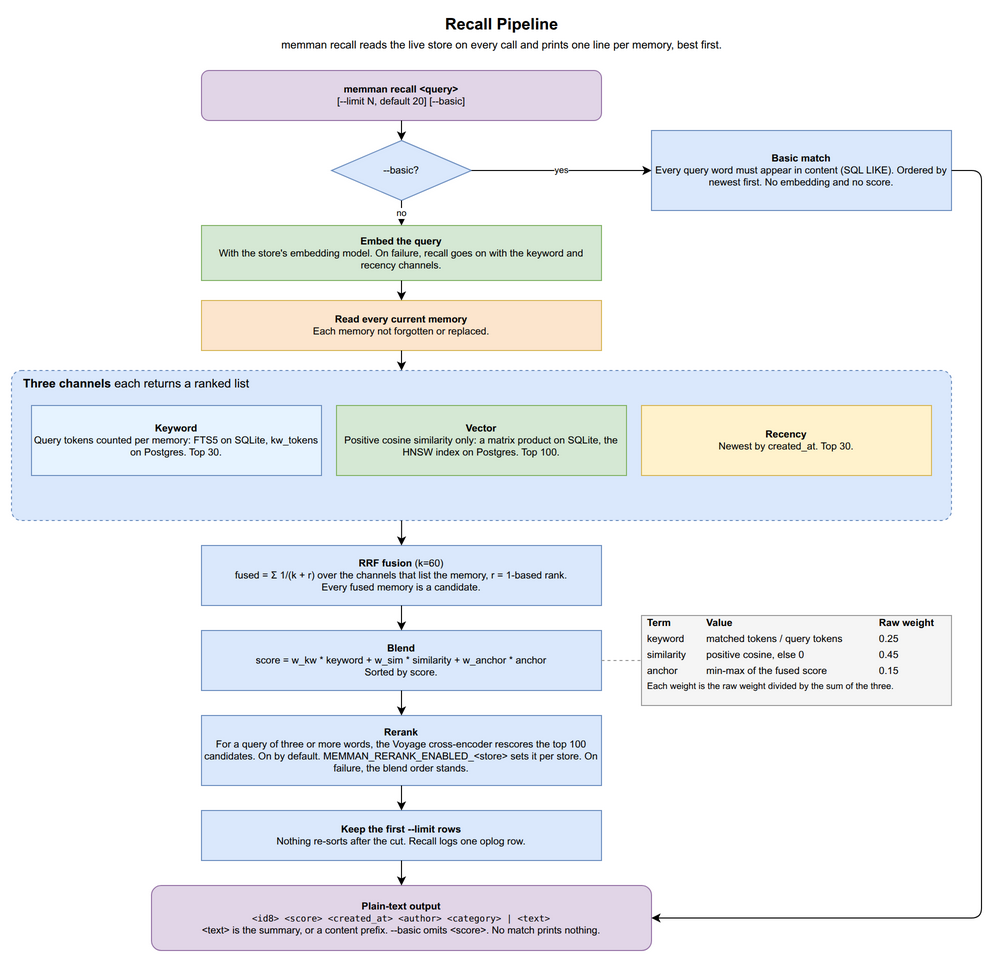
Earlier version of the draw.io export docs/diagrams/05-recall-pipeline.drawio.png (bissli/memman). Source tidied: cells renumbered, new cells last; positions are measured from the earlier drawing's top-left corner, leaving out a move shared by most shapes.
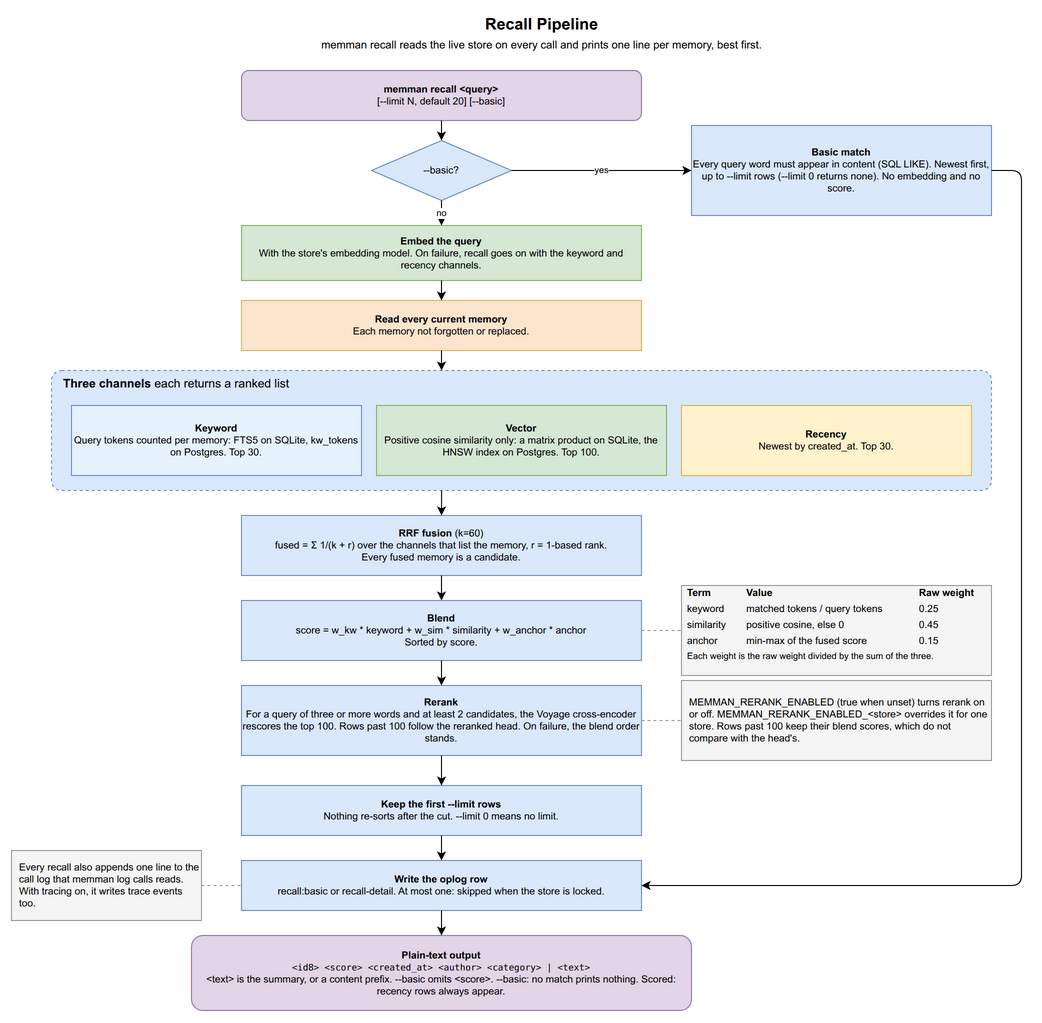
Above is the later version.

The edit, as a diff of the source:
```diff
@@ -11,8 +11,8 @@
     <mxCell id="4" value="--basic?" style="rhombus;whiteSpace=wrap;html=1;fillColor=#dae8fc;strokeColor=#6c8ebf;fontSize=10;" parent="1" vertex="1">
       <mxGeometry x="320" y="130" width="140" height="60" as="geometry" />
     </mxCell>
-    <mxCell id="5" value="&lt;b&gt;Basic match&lt;/b&gt;&lt;br&gt;Every query word must appear in content (SQL LIKE). Ordered by newest first. No embedding and no score." style="rounded=0;whiteSpace=wrap;html=1;fillColor=#dae8fc;strokeColor=#6c8ebf;fontSize=10;" parent="1" vertex="1">
-      <mxGeometry x="640" y="120" width="300" height="80" as="geometry" />
+    <mxCell id="5" value="&lt;b&gt;Basic match&lt;/b&gt;&lt;br&gt;Every query word must appear in content (SQL LIKE). Newest first, up to --limit rows (--limit 0 returns none). No embedding and no score." style="rounded=0;whiteSpace=wrap;html=1;fillColor=#dae8fc;strokeColor=#6c8ebf;fontSize=10;" parent="1" vertex="1">
+      <mxGeometry x="640" y="115" width="300" height="90" as="geometry" />
     </mxCell>
     <mxCell id="6" value="&lt;b&gt;Embed the query&lt;/b&gt;&lt;br&gt;With the store's embedding model. On failure, recall goes on with the keyword and recency channels." style="rounded=0;whiteSpace=wrap;html=1;fillColor=#d5e8d4;strokeColor=#82b366;fontSize=10;" parent="1" vertex="1">
       <mxGeometry x="190" y="215" width="400" height="55" as="geometry" />
@@ -21,7 +21,7 @@
       <mxGeometry x="190" y="290" width="400" height="50" as="geometry" />
     </mxCell>
     <mxCell id="8" value="&lt;b&gt;Three channels&lt;/b&gt;  each returns a ranked list" style="rounded=1;absoluteArcSize=1;arcSize=20;whiteSpace=wrap;html=1;fillColor=#dae8fc;strokeColor=#6c8ebf;verticalAlign=top;fontSize=12;align=left;spacingLeft=10;dashed=1;" parent="1" vertex="1">
-      <mxGeometry y="360" width="940" height="150" as="geometry" />
+      <mxGeometry y="360" width="940" height="120" as="geometry" />
     </mxCell>
     <mxCell id="9" value="&lt;b&gt;Keyword&lt;/b&gt;&lt;br&gt;Query tokens counted per memory: FTS5 on SQLite, kw_tokens on Postgres. Top 30." style="rounded=0;whiteSpace=wrap;html=1;fillColor=#E6F3FF;strokeColor=#6c8ebf;fontSize=10;" parent="1" vertex="1">
       <mxGeometry x="20" y="395" width="290" height="70" as="geometry" />
@@ -33,22 +33,31 @@
       <mxGeometry x="630" y="395" width="290" height="70" as="geometry" />
     </mxCell>
     <mxCell id="12" value="&lt;b&gt;RRF fusion&lt;/b&gt; (k=60)&lt;br&gt;fused = Σ 1/(k + r) over the channels that list the memory, r = 1-based rank.&lt;br&gt;Every fused memory is a candidate." style="rounded=0;whiteSpace=wrap;html=1;fillColor=#dae8fc;strokeColor=#6c8ebf;fontSize=10;" parent="1" vertex="1">
-      <mxGeometry x="190" y="535" width="400" height="60" as="geometry" />
+      <mxGeometry x="190" y="505" width="400" height="60" as="geometry" />
     </mxCell>
     <mxCell id="13" value="&lt;b&gt;Blend&lt;/b&gt;&lt;br&gt;score = w_kw * keyword + w_sim * similarity + w_anchor * anchor&lt;br&gt;Sorted by score." style="rounded=0;whiteSpace=wrap;html=1;fillColor=#dae8fc;strokeColor=#6c8ebf;fontSize=10;" parent="1" vertex="1">
-      <mxGeometry x="190" y="620" width="400" height="60" as="geometry" />
+      <mxGeometry x="190" y="590" width="400" height="60" as="geometry" />
     </mxCell>
     <mxCell id="14" value="&lt;table style=&quot;font-size:10px; border-collapse:collapse; width:100%&quot;&gt;&lt;tr style=&quot;font-weight:bold;&quot;&gt;&lt;td style=&quot;padding:2px 6px;&quot;&gt;Term&lt;/td&gt;&lt;td style=&quot;padding:2px 6px;&quot;&gt;Value&lt;/td&gt;&lt;td style=&quot;padding:2px 6px;&quot;&gt;Raw weight&lt;/td&gt;&lt;/tr&gt;&lt;tr&gt;&lt;td style=&quot;padding:2px 6px;&quot;&gt;keyword&lt;/td&gt;&lt;td style=&quot;padding:2px 6px;&quot;&gt;matched tokens / query tokens&lt;/td&gt;&lt;td style=&quot;padding:2px 6px;&quot;&gt;0.25&lt;/td&gt;&lt;/tr&gt;&lt;tr&gt;&lt;td style=&quot;padding:2px 6px;&quot;&gt;similarity&lt;/td&gt;&lt;td style=&quot;padding:2px 6px;&quot;&gt;positive cosine, else 0&lt;/td&gt;&lt;td style=&quot;padding:2px 6px;&quot;&gt;0.45&lt;/td&gt;&lt;/tr&gt;&lt;tr&gt;&lt;td style=&quot;padding:2px 6px;&quot;&gt;anchor&lt;/td&gt;&lt;td style=&quot;padding:2px 6px;&quot;&gt;min-max of the fused score&lt;/td&gt;&lt;td style=&quot;padding:2px 6px;&quot;&gt;0.15&lt;/td&gt;&lt;/tr&gt;&lt;/table&gt;&lt;div style=&quot;font-size:9px; padding:2px 6px;&quot;&gt;Each weight is the raw weight divided by the sum of the three.&lt;/div&gt;" style="rounded=0;whiteSpace=wrap;html=1;fillColor=#f5f5f5;strokeColor=#999999;overflow=fill;verticalAlign=top;align=left;" parent="1" vertex="1">
-      <mxGeometry x="630" y="605" width="310" height="90" as="geometry" />
+      <mxGeometry x="630" y="575" width="310" height="90" as="geometry" />
     </mxCell>
-    <mxCell id="15" value="&lt;b&gt;Rerank&lt;/b&gt;&lt;br&gt;For a query of three or more words, the Voyage cross-encoder rescores the top 100 candidates. On by default. MEMMAN_RERANK_ENABLED_&amp;lt;store&amp;gt; sets it per store. On failure, the blend order stands." style="rounded=0;whiteSpace=wrap;html=1;fillColor=#dae8fc;strokeColor=#6c8ebf;fontSize=10;" parent="1" vertex="1">
-      <mxGeometry x="190" y="705" width="400" height="70" as="geometry" />
+    <mxCell id="15" value="&lt;b&gt;Rerank&lt;/b&gt;&lt;br&gt;For a query of three or more words and at least 2 candidates, the Voyage cross-encoder rescores the top 100. Rows past 100 follow the reranked head. On failure, the blend order stands." style="rounded=0;whiteSpace=wrap;html=1;fillColor=#dae8fc;strokeColor=#6c8ebf;fontSize=10;" parent="1" vertex="1">
+      <mxGeometry x="190" y="675" width="400" height="70" as="geometry" />
     </mxCell>
+    <mxCell id="30" value="MEMMAN_RERANK_ENABLED (true when unset) turns rerank on or off. MEMMAN_RERANK_ENABLED_&amp;lt;store&amp;gt; overrides it for one store. Rows past 100 keep their blend scores, which do not compare with the head's." style="rounded=0;whiteSpace=wrap;html=1;fillColor=#f5f5f5;strokeColor=#999999;fontSize=10;align=left;spacingLeft=6;" parent="1" vertex="1">
+      <mxGeometry x="630" y="670" width="310" height="80" as="geometry" />
+    </mxCell>
-    <mxCell id="16" value="&lt;b&gt;Keep the first --limit rows&lt;/b&gt;&lt;br&gt;Nothing re-sorts after the cut. Recall logs one oplog row." style="rounded=0;whiteSpace=wrap;html=1;fillColor=#dae8fc;strokeColor=#6c8ebf;fontSize=10;" parent="1" vertex="1">
-      <mxGeometry x="190" y="800" width="400" height="50" as="geometry" />
+    <mxCell id="16" value="&lt;b&gt;Keep the first --limit rows&lt;/b&gt;&lt;br&gt;Nothing re-sorts after the cut. --limit 0 means no limit." style="rounded=0;whiteSpace=wrap;html=1;fillColor=#dae8fc;strokeColor=#6c8ebf;fontSize=10;" parent="1" vertex="1">
+      <mxGeometry x="190" y="775" width="400" height="50" as="geometry" />
     </mxCell>
+    <mxCell id="31" value="&lt;b&gt;Write the oplog row&lt;/b&gt;&lt;br&gt;recall:basic or recall-detail. At most one: skipped when the store is locked." style="rounded=0;whiteSpace=wrap;html=1;fillColor=#dae8fc;strokeColor=#6c8ebf;fontSize=10;" parent="1" vertex="1">
+      <mxGeometry x="190" y="850" width="400" height="50" as="geometry" />
+    </mxCell>
+    <mxCell id="32" value="Every recall also appends one line to the call log that memman log calls reads. With tracing on, it writes trace events too." style="rounded=0;whiteSpace=wrap;html=1;fillColor=#f5f5f5;strokeColor=#999999;fontSize=10;align=left;spacingLeft=6;" parent="1" vertex="1">
+      <mxGeometry x="-40" y="840" width="190" height="70" as="geometry" />
+    </mxCell>
-    <mxCell id="17" value="&lt;b&gt;Plain-text output&lt;/b&gt;&lt;br&gt;&lt;font style=&quot;font-family:monospace;font-size:9px&quot;&gt;&amp;lt;id8&amp;gt; &amp;lt;score&amp;gt; &amp;lt;created_at&amp;gt; &amp;lt;author&amp;gt; &amp;lt;category&amp;gt; | &amp;lt;text&amp;gt;&lt;/font&gt;&lt;br&gt;&amp;lt;text&amp;gt; is the summary, or a content prefix. --basic omits &amp;lt;score&amp;gt;. No match prints nothing." style="rounded=1;whiteSpace=wrap;html=1;fillColor=#e1d5e7;strokeColor=#9673a6;fontSize=10;" parent="1" vertex="1">
-      <mxGeometry x="140" y="875" width="500" height="65" as="geometry" />
+    <mxCell id="17" value="&lt;b&gt;Plain-text output&lt;/b&gt;&lt;br&gt;&lt;font style=&quot;font-family:monospace;font-size:9px&quot;&gt;&amp;lt;id8&amp;gt; &amp;lt;score&amp;gt; &amp;lt;created_at&amp;gt; &amp;lt;author&amp;gt; &amp;lt;category&amp;gt; | &amp;lt;text&amp;gt;&lt;/font&gt;&lt;br&gt;&amp;lt;text&amp;gt; is the summary, or a content prefix. --basic omits &amp;lt;score&amp;gt;. --basic: no match prints nothing. Scored: recency rows always appear." style="rounded=1;whiteSpace=wrap;html=1;fillColor=#e1d5e7;strokeColor=#9673a6;fontSize=10;" parent="1" vertex="1">
+      <mxGeometry x="140" y="925" width="500" height="75" as="geometry" />
     </mxCell>
     <mxCell id="18" style="edgeStyle=orthogonalEdgeStyle;rounded=1;html=1;" parent="1" edge="1" source="3" target="4">
       <mxGeometry relative="1" as="geometry" />
@@ -80,14 +89,23 @@
     <mxCell id="27" style="edgeStyle=orthogonalEdgeStyle;rounded=1;html=1;" parent="1" edge="1" source="15" target="16">
       <mxGeometry relative="1" as="geometry" />
     </mxCell>
-    <mxCell id="28" style="edgeStyle=orthogonalEdgeStyle;rounded=1;html=1;" parent="1" edge="1" source="16" target="17">
+    <mxCell id="28" style="edgeStyle=orthogonalEdgeStyle;rounded=1;html=1;" parent="1" edge="1" source="16" target="31">
       <mxGeometry relative="1" as="geometry" />
     </mxCell>
+    <mxCell id="33" style="edgeStyle=orthogonalEdgeStyle;rounded=1;html=1;" parent="1" edge="1" source="31" target="17">
+      <mxGeometry relative="1" as="geometry" />
+    </mxCell>
+    <mxCell id="34" style="edgeStyle=orthogonalEdgeStyle;rounded=1;html=1;dashed=1;strokeColor=#999999;endArrow=none;" parent="1" edge="1" source="32" target="31">
+      <mxGeometry relative="1" as="geometry" />
+    </mxCell>
+    <mxCell id="35" style="edgeStyle=orthogonalEdgeStyle;rounded=1;html=1;dashed=1;strokeColor=#999999;endArrow=none;" parent="1" edge="1" source="15" target="30">
+      <mxGeometry relative="1" as="geometry" />
+    </mxCell>
-    <mxCell id="29" style="edgeStyle=orthogonalEdgeStyle;rounded=1;html=1;exitX=1;exitY=0.5;exitDx=0;exitDy=0;entryX=1;entryY=0.5;entryDx=0;entryDy=0;" parent="1" edge="1" source="5" target="17">
+    <mxCell id="29" style="edgeStyle=orthogonalEdgeStyle;rounded=1;html=1;exitX=1;exitY=0.5;exitDx=0;exitDy=0;entryX=1;entryY=0.5;entryDx=0;entryDy=0;" parent="1" edge="1" source="5" target="31">
       <mxGeometry relative="1" as="geometry">
         <Array as="points">
           <mxPoint x="970" y="160" />
-          <mxPoint x="970" y="908" />
+          <mxPoint x="970" y="875" />
         </Array>
       </mxGeometry>
     </mxCell>
```
